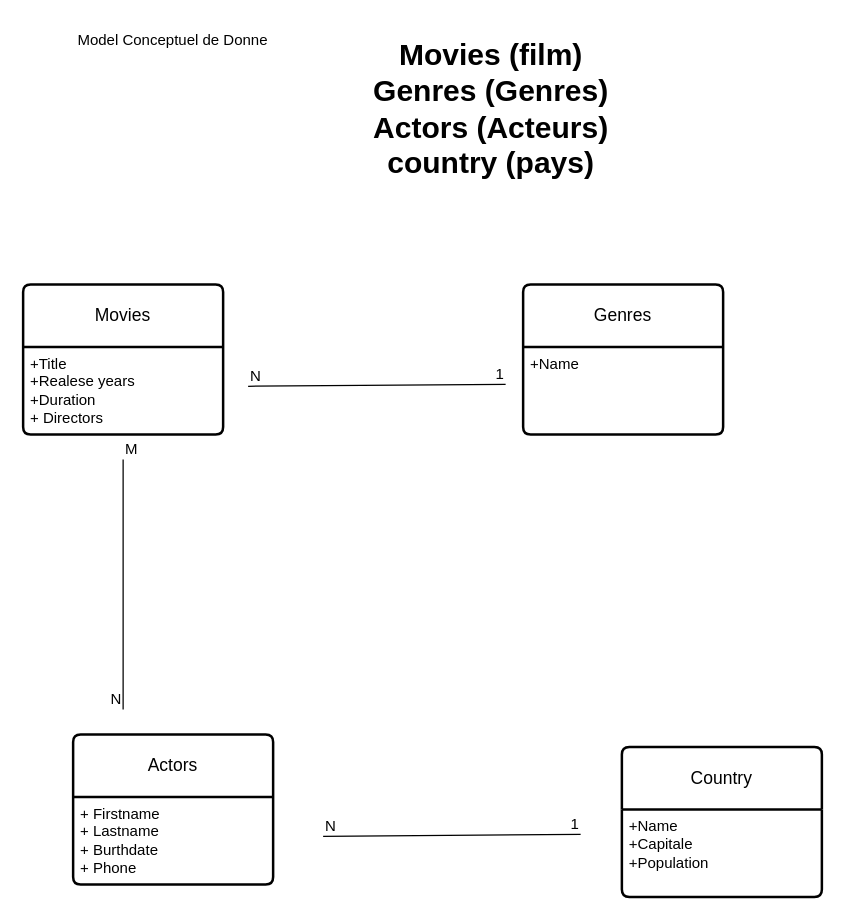
HenriRenri/SAYNA-CULTUREG-PROJET1 keeps this draw.io diagram as page "Page-1" (1 of 3) of Premier_diagrame.drawio. Above is the earlier version. Source tidied: cells renumbered, new cells numbered last; positions are measured from the earlier drawing's top-left corner, leaving out a move shared by most shapes. Both pictures are drawn from the tidied source at 125%, with x=0, y=0 at pixel (22, 21).
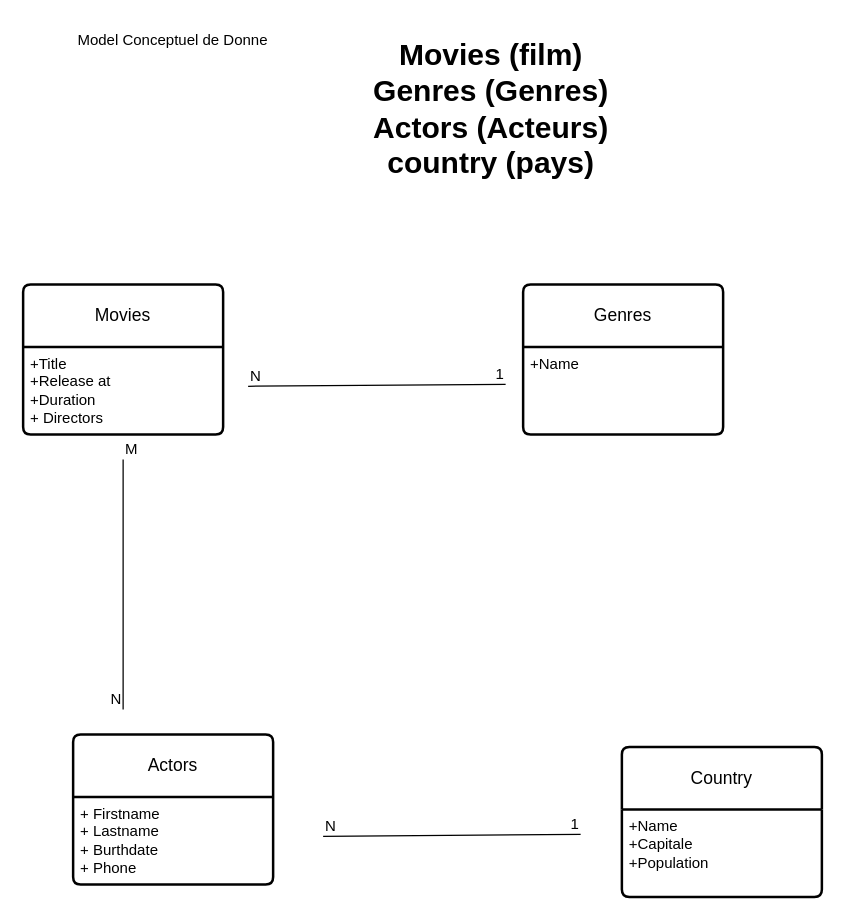
After the change.

The change refers to these unchanged cells:
```xml
<mxCell id="2" value="Movies" style="swimlane;horizontal=1;startSize=50;rounded=1;fontSize=14;fontStyle=0;strokeWidth=2;shadow=0;dashed=0;align=center;arcSize=4;whiteSpace=wrap;html=1;" parent="1" vertex="1">
  <mxGeometry y="210" width="160" height="120" as="geometry" />
</mxCell>
```

Diff of the diagram source:
```diff
@@
-    <mxCell id="3" value="+Title&lt;br&gt;+Realese years&lt;br&gt;&lt;div&gt;+Duration&lt;/div&gt;&lt;div&gt;+ Directors&lt;br&gt;&lt;/div&gt;" style="align=left;strokeColor=none;fillColor=none;spacingLeft=4;fontSize=12;verticalAlign=top;html=1;" parent="2" vertex="1">
+    <mxCell id="3" value="+Title&lt;br&gt;+Release at&lt;br&gt;&lt;div&gt;+Duration&lt;/div&gt;&lt;div&gt;+ Directors&lt;br&gt;&lt;/div&gt;" style="align=left;strokeColor=none;fillColor=none;spacingLeft=4;fontSize=12;verticalAlign=top;html=1;" parent="2" vertex="1">
       <mxGeometry y="50" width="160" height="70" as="geometry" />
     </mxCell>
```
